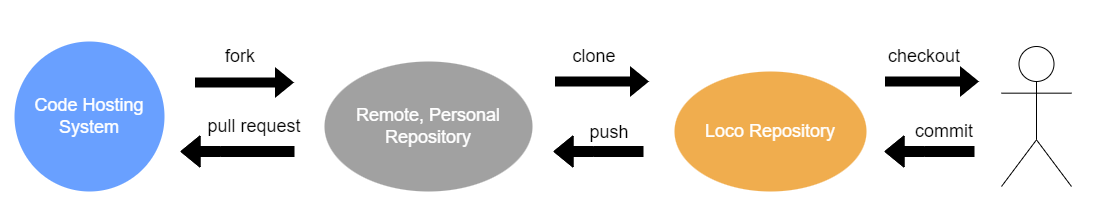
Before: wiki/task3/work_process.png, a diagram exported from draw.io (taritinth/sw-dev-tools-and-environments-project). Source tidied: cells renumbered, new cells last; positions are measured from the earlier drawing's top-left corner, leaving out a move shared by most shapes. Its diagram source:
```xml
<mxGraphModel>
  <root>
    <mxCell id="0" />
    <mxCell id="1" parent="0" />
    <mxCell id="2" value="&lt;font style=&quot;font-size: 18px&quot; color=&quot;#ffffff&quot;&gt;Code Hosting System&lt;/font&gt;" style="ellipse;whiteSpace=wrap;html=1;fillColor=#69A0FF;strokeColor=none;" parent="1" vertex="1">
      <mxGeometry x="20" y="50" width="150" height="150" as="geometry" />
    </mxCell>
    <mxCell id="3" value="&lt;font color=&quot;#ffffff&quot;&gt;Remote, Personal&lt;br&gt;Repository&lt;/font&gt;" style="ellipse;whiteSpace=wrap;html=1;fontSize=18;fillColor=#A1A1A1;strokeColor=none;" parent="1" vertex="1">
      <mxGeometry x="330" y="70" width="208" height="130" as="geometry" />
    </mxCell>
    <mxCell id="4" value="&lt;font color=&quot;#ffffff&quot;&gt;Loco Repository&lt;/font&gt;" style="ellipse;whiteSpace=wrap;html=1;fontSize=18;fillColor=#F0AD4E;strokeColor=none;" parent="1" vertex="1">
      <mxGeometry x="680" y="80" width="192" height="120" as="geometry" />
    </mxCell>
    <mxCell id="5" style="shape=flexArrow;endArrow=classic;html=1;rounded=0;fontSize=18;fontColor=#FFFFFF;fillColor=#000000;strokeColor=none;" parent="1" edge="1">
      <mxGeometry relative="1" as="geometry">
        <mxPoint x="200" y="91" as="sourcePoint" />
        <mxPoint x="300" y="91" as="targetPoint" />
        <Array as="points">
          <mxPoint x="220" y="91" />
        </Array>
      </mxGeometry>
    </mxCell>
    <mxCell id="6" style="shape=flexArrow;endArrow=classic;html=1;rounded=0;fontSize=18;fontColor=#FFFFFF;fillColor=#000000;strokeColor=none;" parent="1" edge="1">
      <mxGeometry relative="1" as="geometry">
        <mxPoint x="560" y="90" as="sourcePoint" />
        <mxPoint x="655" y="90" as="targetPoint" />
        <Array as="points">
          <mxPoint x="585" y="90" />
        </Array>
      </mxGeometry>
    </mxCell>
    <mxCell id="7" style="shape=flexArrow;endArrow=classic;html=1;rounded=0;fontSize=18;fontColor=#FFFFFF;fillColor=#000000;" parent="1" edge="1">
      <mxGeometry relative="1" as="geometry">
        <mxPoint x="300" y="160" as="sourcePoint" />
        <mxPoint x="186" y="160" as="targetPoint" />
        <Array as="points">
          <mxPoint x="226" y="160" />
        </Array>
      </mxGeometry>
    </mxCell>
    <mxCell id="8" style="shape=flexArrow;endArrow=classic;html=1;rounded=0;fontSize=18;fontColor=#FFFFFF;fillColor=#000000;" parent="1" edge="1">
      <mxGeometry relative="1" as="geometry">
        <mxPoint x="649" y="160" as="sourcePoint" />
        <mxPoint x="559" y="160" as="targetPoint" />
        <Array as="points">
          <mxPoint x="599" y="160" />
        </Array>
      </mxGeometry>
    </mxCell>
    <mxCell id="9" style="shape=umlActor;verticalLabelPosition=bottom;verticalAlign=top;html=1;fontSize=18;" parent="1" vertex="1">
      <mxGeometry x="1007" y="55" width="70" height="140" as="geometry" />
    </mxCell>
    <mxCell id="10" style="shape=flexArrow;endArrow=classic;html=1;rounded=0;fontSize=18;fontColor=#FFFFFF;fillColor=#000000;strokeColor=none;" parent="1" edge="1">
      <mxGeometry relative="1" as="geometry">
        <mxPoint x="890" y="90" as="sourcePoint" />
        <mxPoint x="985" y="90" as="targetPoint" />
        <Array as="points">
          <mxPoint x="915" y="90" />
        </Array>
      </mxGeometry>
    </mxCell>
    <mxCell id="11" style="shape=flexArrow;endArrow=classic;html=1;rounded=0;fontSize=18;fontColor=#FFFFFF;fillColor=#000000;" parent="1" edge="1">
      <mxGeometry relative="1" as="geometry">
        <mxPoint x="980" y="160" as="sourcePoint" />
        <mxPoint x="890" y="160" as="targetPoint" />
        <Array as="points">
          <mxPoint x="930" y="160" />
        </Array>
      </mxGeometry>
    </mxCell>
    <mxCell id="12" value="&lt;font color=&quot;#000000&quot;&gt;checkout&lt;/font&gt;" style="text;html=1;strokeColor=none;fillColor=none;align=center;verticalAlign=middle;whiteSpace=wrap;rounded=0;fontSize=18;fontColor=#FFFFFF;" parent="1" vertex="1">
      <mxGeometry x="900" y="50" width="60" height="30" as="geometry" />
    </mxCell>
    <mxCell id="13" value="&lt;font color=&quot;#000000&quot;&gt;clone&lt;/font&gt;" style="text;html=1;strokeColor=none;fillColor=none;align=center;verticalAlign=middle;whiteSpace=wrap;rounded=0;fontSize=18;fontColor=#FFFFFF;" parent="1" vertex="1">
      <mxGeometry x="570" y="50" width="60" height="30" as="geometry" />
    </mxCell>
    <mxCell id="14" value="&lt;font color=&quot;#000000&quot;&gt;fork&lt;/font&gt;" style="text;html=1;strokeColor=none;fillColor=none;align=center;verticalAlign=middle;whiteSpace=wrap;rounded=0;fontSize=18;fontColor=#FFFFFF;" parent="1" vertex="1">
      <mxGeometry x="216" y="50" width="60" height="30" as="geometry" />
    </mxCell>
    <mxCell id="15" value="&lt;font color=&quot;#000000&quot;&gt;commit&lt;/font&gt;" style="text;html=1;strokeColor=none;fillColor=none;align=center;verticalAlign=middle;whiteSpace=wrap;rounded=0;fontSize=18;fontColor=#FFFFFF;" parent="1" vertex="1">
      <mxGeometry x="920" y="125" width="60" height="30" as="geometry" />
    </mxCell>
    <mxCell id="16" value="&lt;font color=&quot;#000000&quot;&gt;push&lt;/font&gt;" style="text;html=1;strokeColor=none;fillColor=none;align=center;verticalAlign=middle;whiteSpace=wrap;rounded=0;fontSize=18;fontColor=#FFFFFF;" parent="1" vertex="1">
      <mxGeometry x="585" y="126" width="60" height="30" as="geometry" />
    </mxCell>
    <mxCell id="17" value="&lt;font color=&quot;#000000&quot;&gt;pull request&lt;/font&gt;" style="text;html=1;strokeColor=none;fillColor=none;align=center;verticalAlign=middle;whiteSpace=wrap;rounded=0;fontSize=18;fontColor=#FFFFFF;" parent="1" vertex="1">
      <mxGeometry x="210" y="120" width="100" height="30" as="geometry" />
    </mxCell>
    <mxCell id="18" style="rounded=0;whiteSpace=wrap;html=1;fontSize=18;fontColor=#000000;fillColor=none;strokeWidth=3;" parent="1" vertex="1">
      <mxGeometry width="1120" height="240" as="geometry" />
    </mxCell>
  </root>
</mxGraphModel>
```
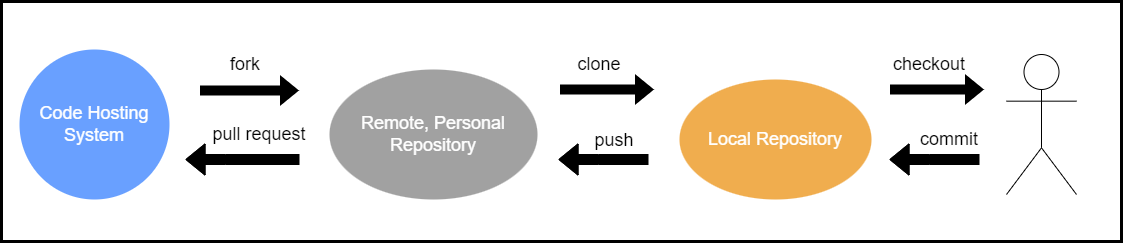
Above is the later version.

Commit message:
wiki: add work process img to task3 folder

Change to the diagram source:
```diff
@@ -8,7 +8,7 @@
     <mxCell id="3" value="&lt;font color=&quot;#ffffff&quot;&gt;Remote, Personal&lt;br&gt;Repository&lt;/font&gt;" style="ellipse;whiteSpace=wrap;html=1;fontSize=18;fillColor=#A1A1A1;strokeColor=none;" parent="1" vertex="1">
       <mxGeometry x="330" y="70" width="208" height="130" as="geometry" />
     </mxCell>
-    <mxCell id="4" value="&lt;font color=&quot;#ffffff&quot;&gt;Loco Repository&lt;/font&gt;" style="ellipse;whiteSpace=wrap;html=1;fontSize=18;fillColor=#F0AD4E;strokeColor=none;" parent="1" vertex="1">
+    <mxCell id="4" value="&lt;font color=&quot;#ffffff&quot;&gt;Local Repository&lt;/font&gt;" style="ellipse;whiteSpace=wrap;html=1;fontSize=18;fillColor=#F0AD4E;strokeColor=none;" parent="1" vertex="1">
       <mxGeometry x="680" y="80" width="192" height="120" as="geometry" />
     </mxCell>
     <mxCell id="5" style="shape=flexArrow;endArrow=classic;html=1;rounded=0;fontSize=18;fontColor=#FFFFFF;fillColor=#000000;strokeColor=none;" parent="1" edge="1">
@@ -87,7 +87,7 @@
       <mxGeometry x="210" y="120" width="100" height="30" as="geometry" />
     </mxCell>
     <mxCell id="18" style="rounded=0;whiteSpace=wrap;html=1;fontSize=18;fontColor=#000000;fillColor=none;strokeWidth=3;" parent="1" vertex="1">
-      <mxGeometry width="1120" height="240" as="geometry" />
+      <mxGeometry x="2" y="2" width="1120" height="240" as="geometry" />
     </mxCell>
   </root>
 </mxGraphModel>
```
